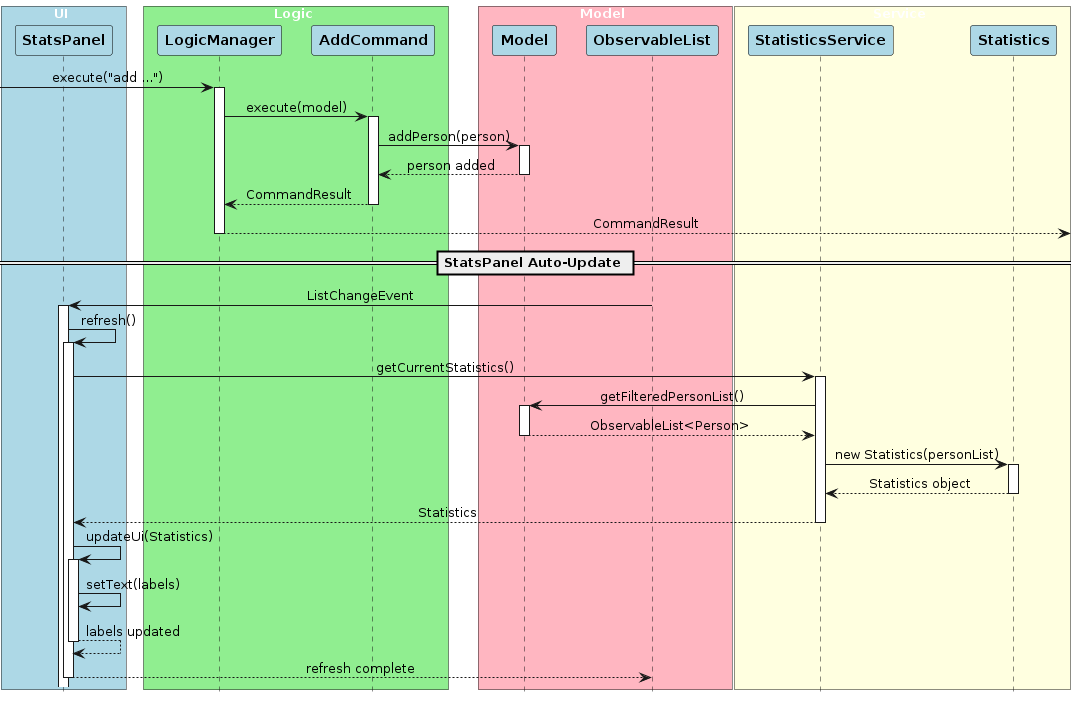
Above: diagrams/StatsUpdateSequenceDiagram.png in emperorgaodi/tp (PlantUML), before the change. Its source is kept beside it as diagrams/StatsUpdateSequenceDiagram.puml.
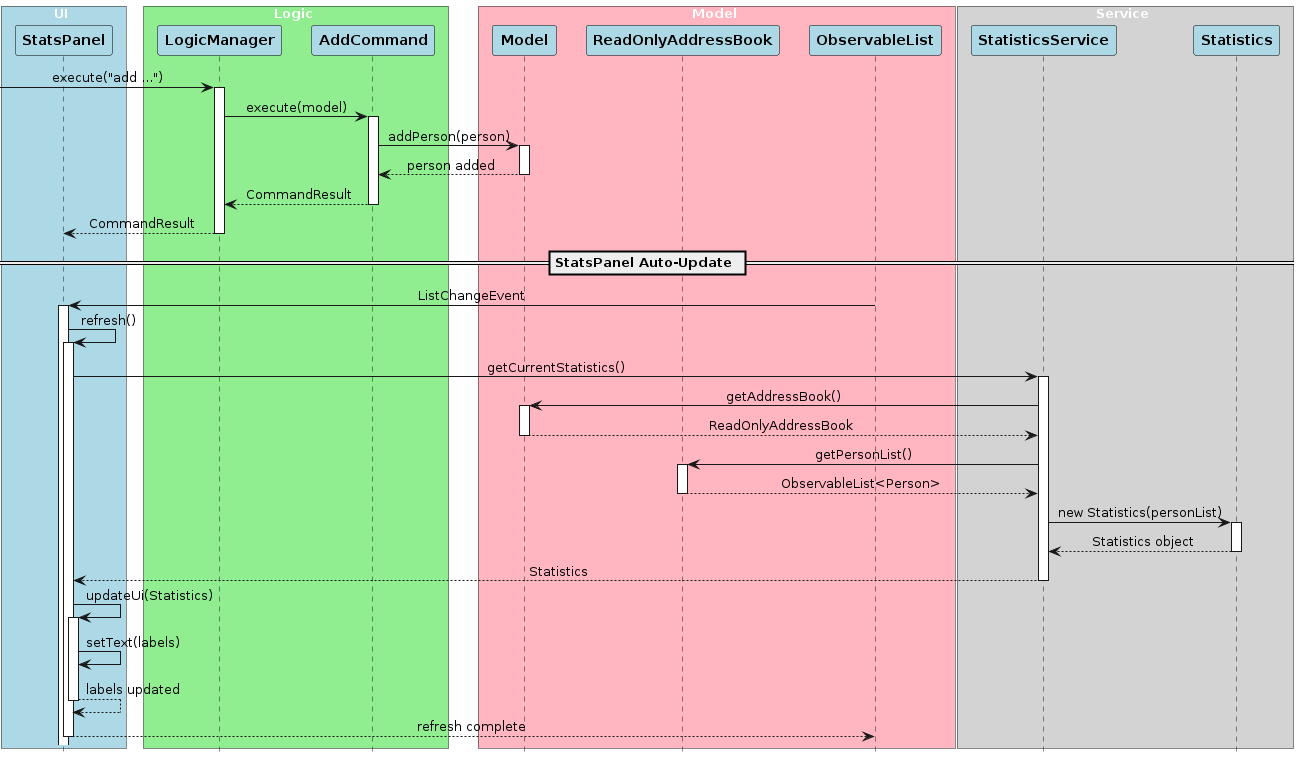
Above is the later version.

Diff of the diagram source:
```diff
@@ -1,5 +1,6 @@
 @startuml
 !include style.puml
+
 skinparam ArrowFontStyle plain
 skinparam Participant {
     BackgroundColor LightBlue
@@ -19,10 +20,11 @@
 
 box Model #LightPink
     participant "Model" as Model
+    participant "ReadOnlyAddressBook" as ReadOnlyAddressBook
     participant "ObservableList" as ObservableList
 end box
 
-box Service #LightYellow
+box Service #LightGray
     participant "StatisticsService" as StatsService
     participant "Statistics" as Statistics
 end box
@@ -42,7 +44,7 @@
 AddCommand --> LogicManager : CommandResult
 deactivate AddCommand
 
-LogicManager --> : CommandResult
+LogicManager --> StatsPanel : CommandResult
 deactivate LogicManager
 
 == StatsPanel Auto-Update ==
@@ -56,11 +58,17 @@
 StatsPanel -> StatsService : getCurrentStatistics()
 activate StatsService
 
-StatsService -> Model : getFilteredPersonList()
+StatsService -> Model : getAddressBook()
 activate Model
 
-Model --> StatsService : ObservableList<Person>
+Model --> StatsService : ReadOnlyAddressBook
 deactivate Model
+
+StatsService -> ReadOnlyAddressBook : getPersonList()
+activate ReadOnlyAddressBook
+
+ReadOnlyAddressBook --> StatsService : ObservableList<Person>
+deactivate ReadOnlyAddressBook
 
 StatsService -> Statistics : new Statistics(personList)
 activate Statistics
```
